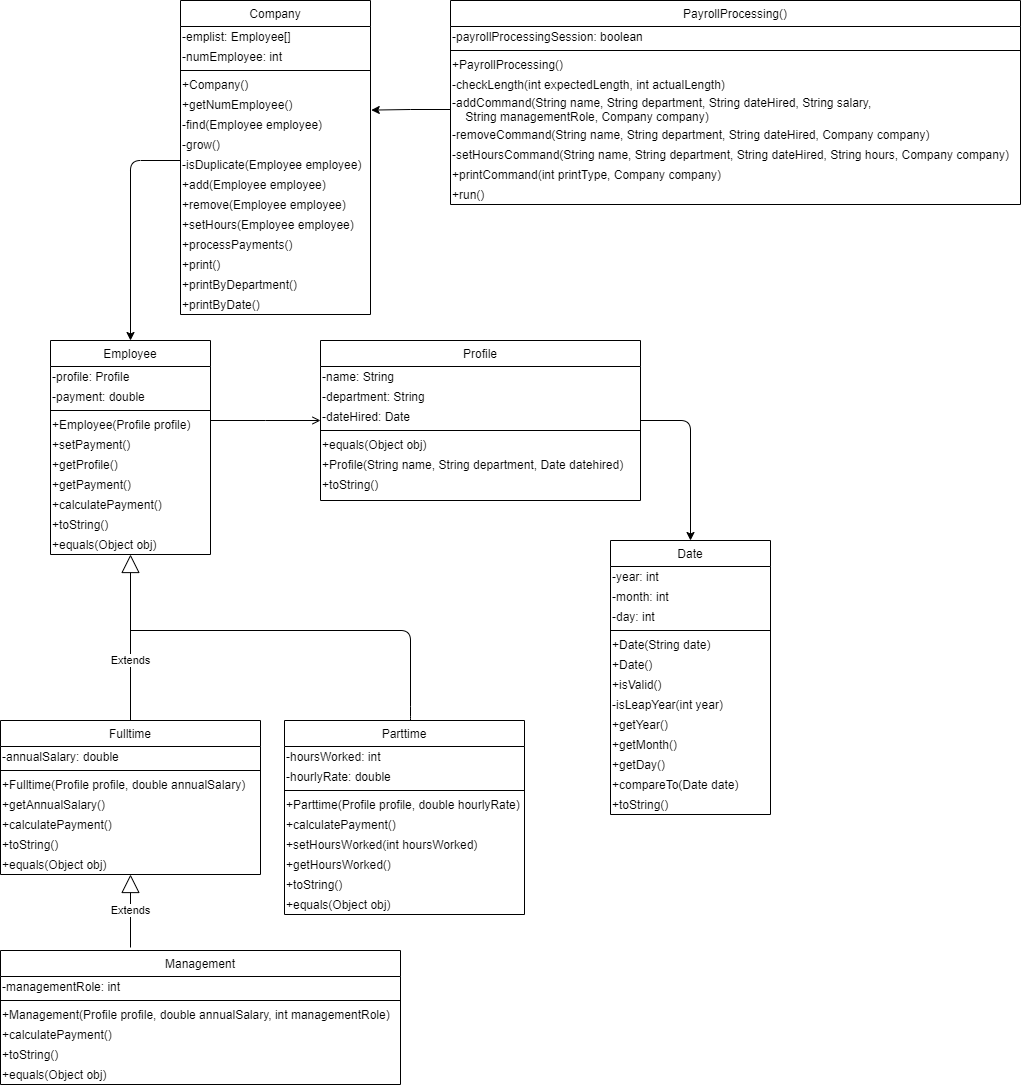
This is Project2ClassDiagram.png from DavidTaeHa/Payroll-Processing, a draw.io export, as it was before one commit. Source tidied: cells renumbered, new cells last; positions are measured from the earlier drawing's top-left corner, leaving out a move shared by most shapes.
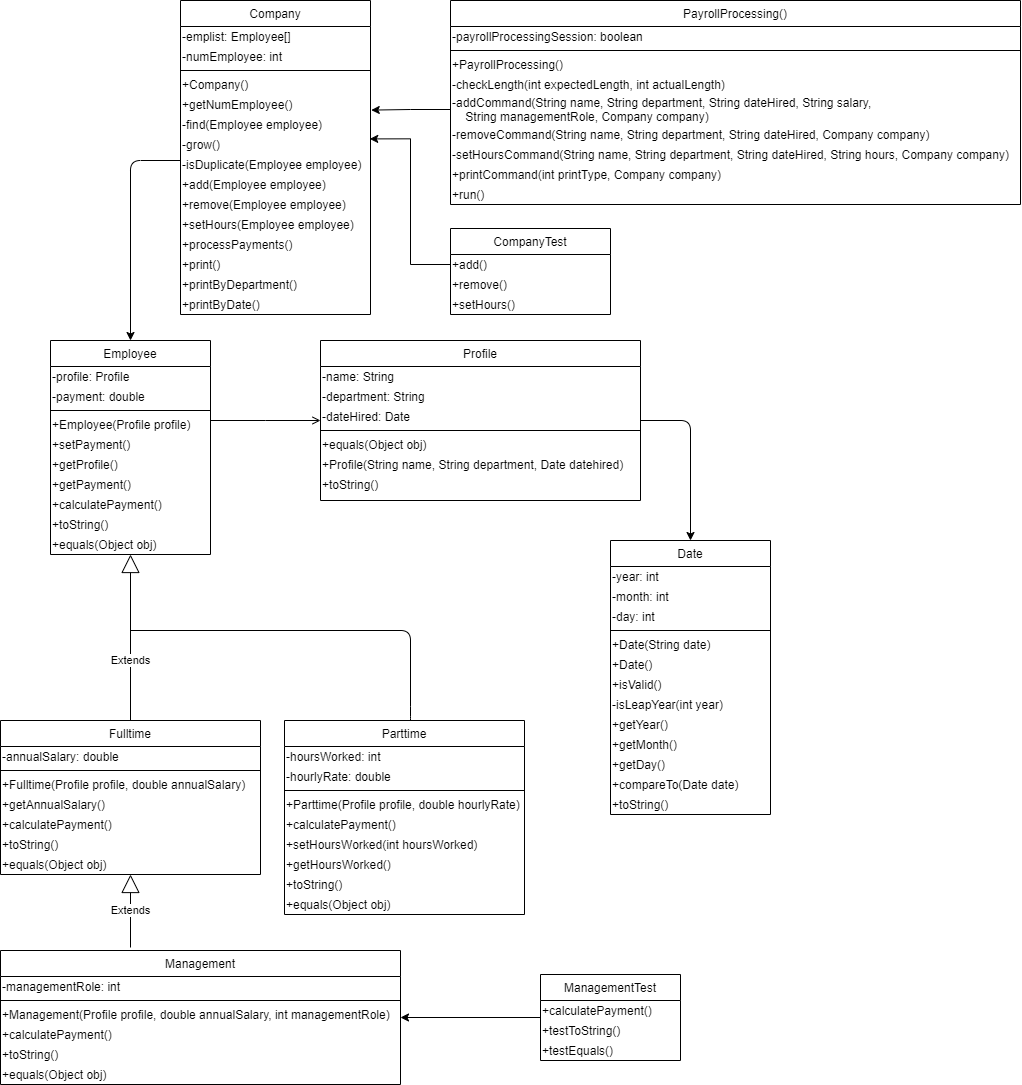
After the change.

Commit message:
Added JUnit Tests to diagram

Diff of the diagram source:
```diff
@@ -296,5 +296,35 @@
     <mxCell id="92" style="edgeStyle=orthogonalEdgeStyle;rounded=0;jettySize=auto;html=1;entryX=1.004;entryY=0.78;entryDx=0;entryDy=0;entryPerimeter=0;" parent="1" edge="1" source="87" target="70">
       <mxGeometry relative="1" as="geometry" />
     </mxCell>
+    <mxCell id="93" value="CompanyTest" style="swimlane;fontStyle=0;align=center;verticalAlign=top;horizontal=1;startSize=26;" parent="1" vertex="1">
+      <mxGeometry x="450" y="228" width="160" height="86" as="geometry" />
+    </mxCell>
+    <mxCell id="94" value="+add()" style="text;html=1;align=left;verticalAlign=middle;points=[];" parent="93" vertex="1">
+      <mxGeometry y="26" width="160" height="20" as="geometry" />
+    </mxCell>
+    <mxCell id="95" value="+remove()" style="text;html=1;align=left;verticalAlign=middle;" parent="93" vertex="1">
+      <mxGeometry y="46" width="160" height="20" as="geometry" />
+    </mxCell>
+    <mxCell id="96" value="+setHours()" style="text;html=1;align=left;verticalAlign=middle;" parent="93" vertex="1">
+      <mxGeometry y="66" width="160" height="20" as="geometry" />
+    </mxCell>
+    <mxCell id="97" style="edgeStyle=orthogonalEdgeStyle;rounded=0;jettySize=auto;html=1;entryX=0.996;entryY=0.22;entryDx=0;entryDy=0;entryPerimeter=0;" parent="1" edge="1" source="94" target="72">
+      <mxGeometry relative="1" as="geometry" />
+    </mxCell>
+    <mxCell id="98" style="edgeStyle=orthogonalEdgeStyle;rounded=0;jettySize=auto;html=1;" parent="1" edge="1" source="99" target="54">
+      <mxGeometry relative="1" as="geometry" />
+    </mxCell>
+    <mxCell id="99" value="ManagementTest" style="swimlane;fontStyle=0;horizontal=1;startSize=26;fillColor=none;" parent="1" vertex="1">
+      <mxGeometry x="540" y="974" width="140" height="86" as="geometry" />
+    </mxCell>
+    <mxCell id="100" value="+calculatePayment()" style="text;html=1;align=left;verticalAlign=middle;" parent="99" vertex="1">
+      <mxGeometry y="26" width="140" height="20" as="geometry" />
+    </mxCell>
+    <mxCell id="101" value="+testToString()" style="text;html=1;align=left;verticalAlign=middle;" parent="99" vertex="1">
+      <mxGeometry y="46" width="140" height="20" as="geometry" />
+    </mxCell>
+    <mxCell id="102" value="+testEquals()" style="text;html=1;align=left;verticalAlign=middle;" parent="99" vertex="1">
+      <mxGeometry y="66" width="140" height="20" as="geometry" />
+    </mxCell>
   </root>
 </mxGraphModel>
```
